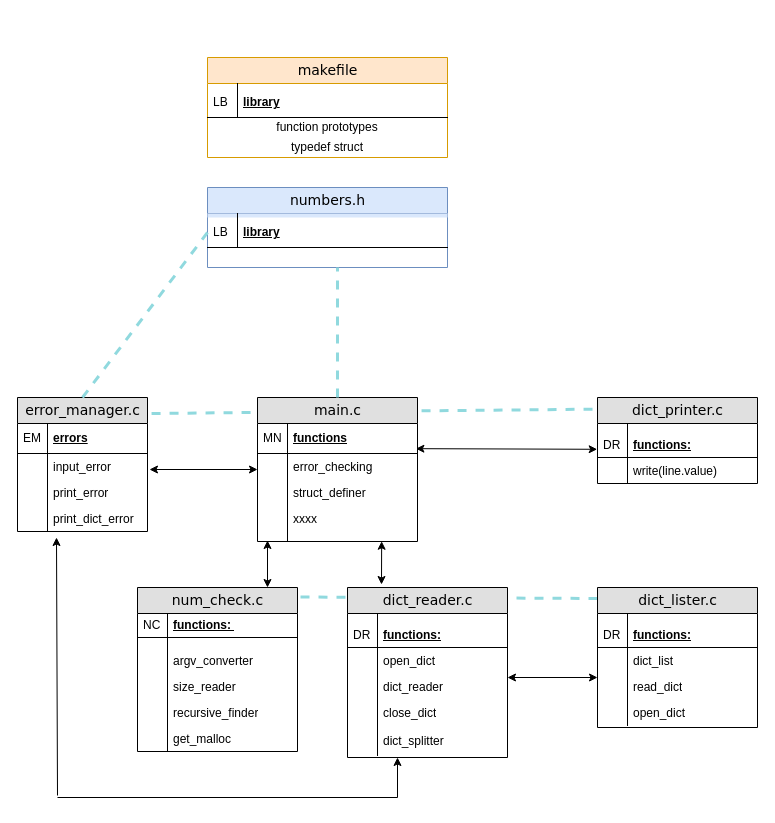
Before: rush02/ex00/rush02.drawio in mcarrete42/piscina42, a draw.io diagram. Source tidied: cells renumbered, new cells numbered last; positions are measured from the earlier drawing's top-left corner, leaving out a move shared by most shapes. Both pictures are drawn from the tidied source at 100%, with x=0, y=0 at pixel (17, 57).
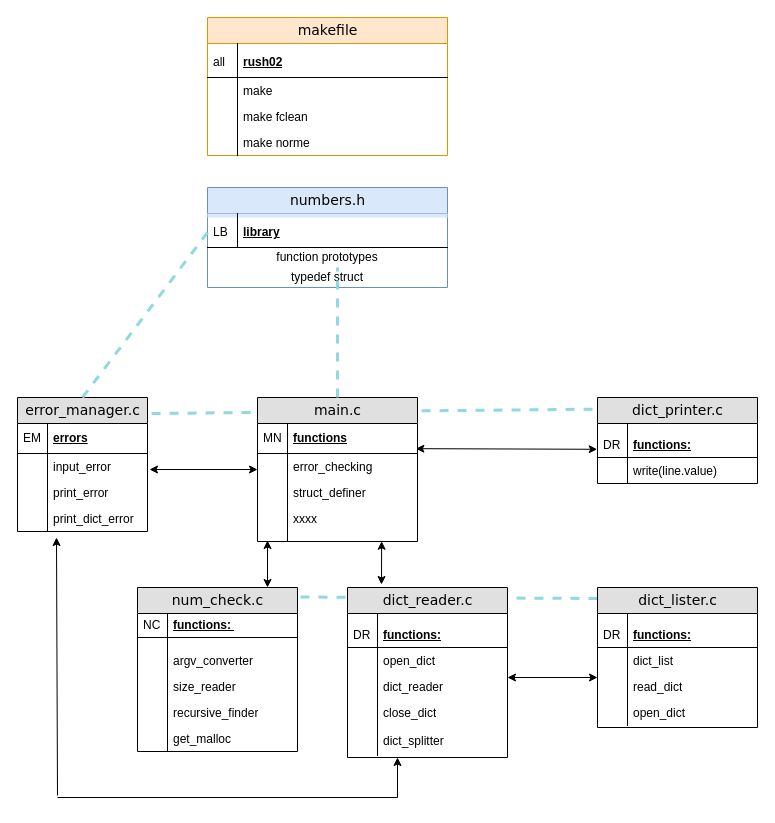
After the change.

What changed in the source:
```diff
@@
     <mxCell id="24" value="numbers.h" style="swimlane;html=1;fontStyle=0;horizontal=1;startSize=26;fillColor=#dae8fc;swimlaneFillColor=#ffffff;align=center;rounded=0;shadow=0;comic=0;labelBackgroundColor=none;strokeColor=#6c8ebf;strokeWidth=1;fontFamily=Verdana;fontSize=14;" parent="1" vertex="1">
-      <mxGeometry x="190" y="130" width="240" height="80" as="geometry" />
+      <mxGeometry x="190" y="130" width="240" height="100" as="geometry" />
     </mxCell>
@@
+    <mxCell id="35" value="function prototypes" style="text;html=1;strokeColor=none;fillColor=none;align=center;verticalAlign=middle;whiteSpace=wrap;rounded=0;" parent="24" vertex="1">
+      <mxGeometry y="60" width="240" height="20" as="geometry" />
+    </mxCell>
+    <mxCell id="36" value="typedef struct" style="text;html=1;strokeColor=none;fillColor=none;align=center;verticalAlign=middle;whiteSpace=wrap;rounded=0;" parent="24" vertex="1">
+      <mxGeometry y="80" width="240" height="20" as="geometry" />
+    </mxCell>
@@
     <mxCell id="30" value="makefile" style="swimlane;html=1;fontStyle=0;horizontal=1;startSize=26;fillColor=#ffe6cc;swimlaneFillColor=#ffffff;align=center;rounded=0;shadow=0;comic=0;labelBackgroundColor=none;strokeColor=#d79b00;strokeWidth=1;fontFamily=Verdana;fontSize=14;" parent="1" vertex="1">
-      <mxGeometry x="190" width="240" height="100" as="geometry" />
+      <mxGeometry x="190" y="-40" width="240" height="138" as="geometry" />
     </mxCell>
@@
-    <mxCell id="33" value="library" style="shape=partialRectangle;top=0;left=0;right=0;bottom=1;html=1;align=left;verticalAlign=middle;fillColor=none;spacingLeft=34;spacingRight=4;whiteSpace=wrap;overflow=hidden;fontStyle=5;" parent="30" vertex="1">
+    <mxCell id="33" value="rush02" style="shape=partialRectangle;top=0;left=0;right=0;bottom=1;html=1;align=left;verticalAlign=middle;fillColor=none;spacingLeft=34;spacingRight=4;whiteSpace=wrap;overflow=hidden;fontStyle=5;" parent="30" vertex="1">
       <mxGeometry y="30" width="240" height="30" as="geometry" />
     </mxCell>
-    <mxCell id="34" value="LB" style="shape=partialRectangle;top=0;left=0;bottom=0;html=1;fillColor=none;align=left;verticalAlign=middle;spacingLeft=4;spacingRight=4;whiteSpace=wrap;overflow=hidden;" parent="33" vertex="1">
+    <mxCell id="34" value="all" style="shape=partialRectangle;top=0;left=0;bottom=0;html=1;fillColor=none;align=left;verticalAlign=middle;spacingLeft=4;spacingRight=4;whiteSpace=wrap;overflow=hidden;" parent="33" vertex="1">
       <mxGeometry width="30" height="30" as="geometry" />
     </mxCell>
-    <mxCell id="35" value="function prototypes" style="text;html=1;strokeColor=none;fillColor=none;align=center;verticalAlign=middle;whiteSpace=wrap;rounded=0;" parent="30" vertex="1">
-      <mxGeometry y="60" width="240" height="20" as="geometry" />
-    </mxCell>
-    <mxCell id="36" value="typedef struct" style="text;html=1;strokeColor=none;fillColor=none;align=center;verticalAlign=middle;whiteSpace=wrap;rounded=0;" parent="30" vertex="1">
-      <mxGeometry y="80" width="240" height="20" as="geometry" />
-    </mxCell>
+    <mxCell id="90" value="make&amp;nbsp;" style="shape=partialRectangle;top=0;left=0;right=0;bottom=0;html=1;align=left;verticalAlign=top;fillColor=none;spacingLeft=34;spacingRight=4;whiteSpace=wrap;overflow=hidden;" parent="30" vertex="1">
+      <mxGeometry y="60" width="240" height="26" as="geometry" />
+    </mxCell>
+    <mxCell id="91" style="shape=partialRectangle;top=0;left=0;bottom=0;html=1;fillColor=none;align=left;verticalAlign=top;spacingLeft=4;spacingRight=4;whiteSpace=wrap;overflow=hidden;" parent="90" vertex="1">
+      <mxGeometry width="30" height="26" as="geometry" />
+    </mxCell>
+    <mxCell id="92" value="make fclean" style="shape=partialRectangle;top=0;left=0;right=0;bottom=0;html=1;align=left;verticalAlign=top;fillColor=none;spacingLeft=34;spacingRight=4;whiteSpace=wrap;overflow=hidden;" parent="30" vertex="1">
+      <mxGeometry y="86" width="240" height="26" as="geometry" />
+    </mxCell>
+    <mxCell id="93" style="shape=partialRectangle;top=0;left=0;bottom=0;html=1;fillColor=none;align=left;verticalAlign=top;spacingLeft=4;spacingRight=4;whiteSpace=wrap;overflow=hidden;" parent="92" vertex="1">
+      <mxGeometry width="30" height="26" as="geometry" />
+    </mxCell>
+    <mxCell id="94" value="make norme" style="shape=partialRectangle;top=0;left=0;right=0;bottom=0;html=1;align=left;verticalAlign=top;fillColor=none;spacingLeft=34;spacingRight=4;whiteSpace=wrap;overflow=hidden;" parent="30" vertex="1">
+      <mxGeometry y="112" width="240" height="26" as="geometry" />
+    </mxCell>
+    <mxCell id="95" style="shape=partialRectangle;top=0;left=0;bottom=0;html=1;fillColor=none;align=left;verticalAlign=top;spacingLeft=4;spacingRight=4;whiteSpace=wrap;overflow=hidden;" parent="94" vertex="1">
+      <mxGeometry width="30" height="26" as="geometry" />
+    </mxCell>
```
